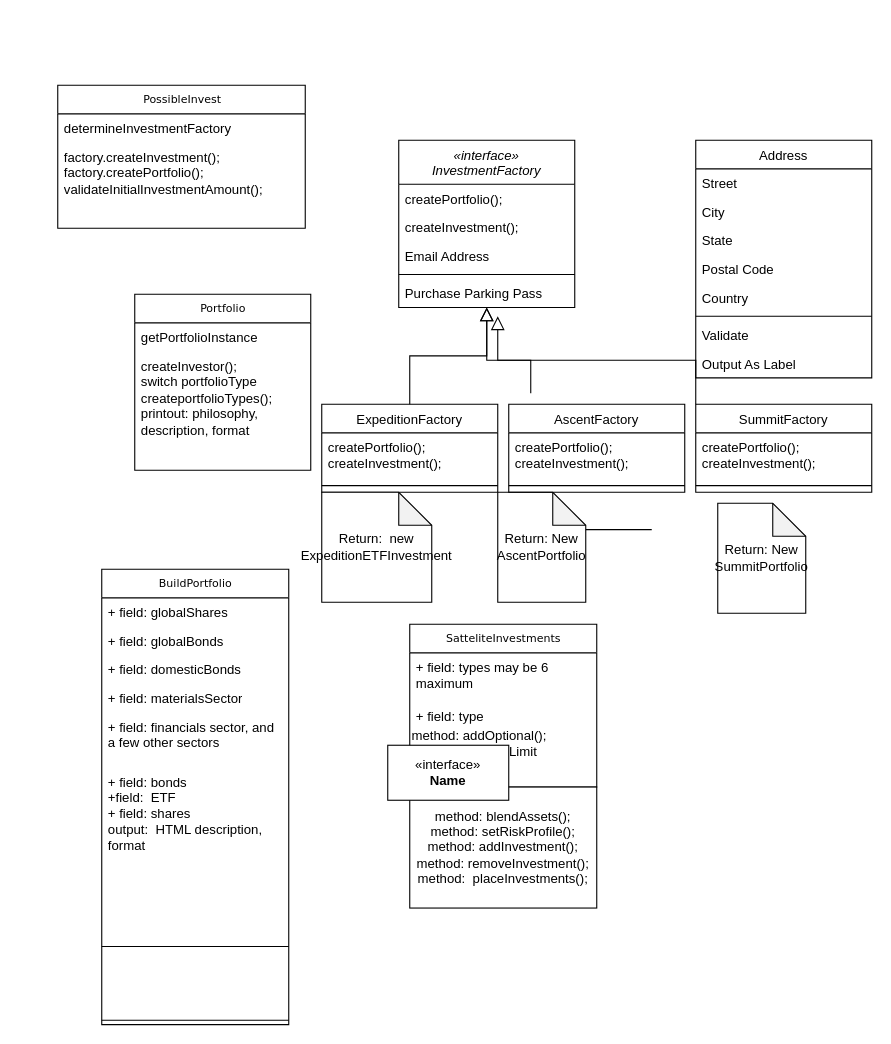
Before: Untitled Diagram.drawio in jimmyjazz31/CSSFinalProject, a draw.io diagram. Source tidied: cells renumbered, new cells numbered last; positions are measured from the earlier drawing's top-left corner, leaving out a move shared by most shapes. Both pictures are drawn from the tidied source at 110%, with x=0, y=0 at pixel (57, 85).
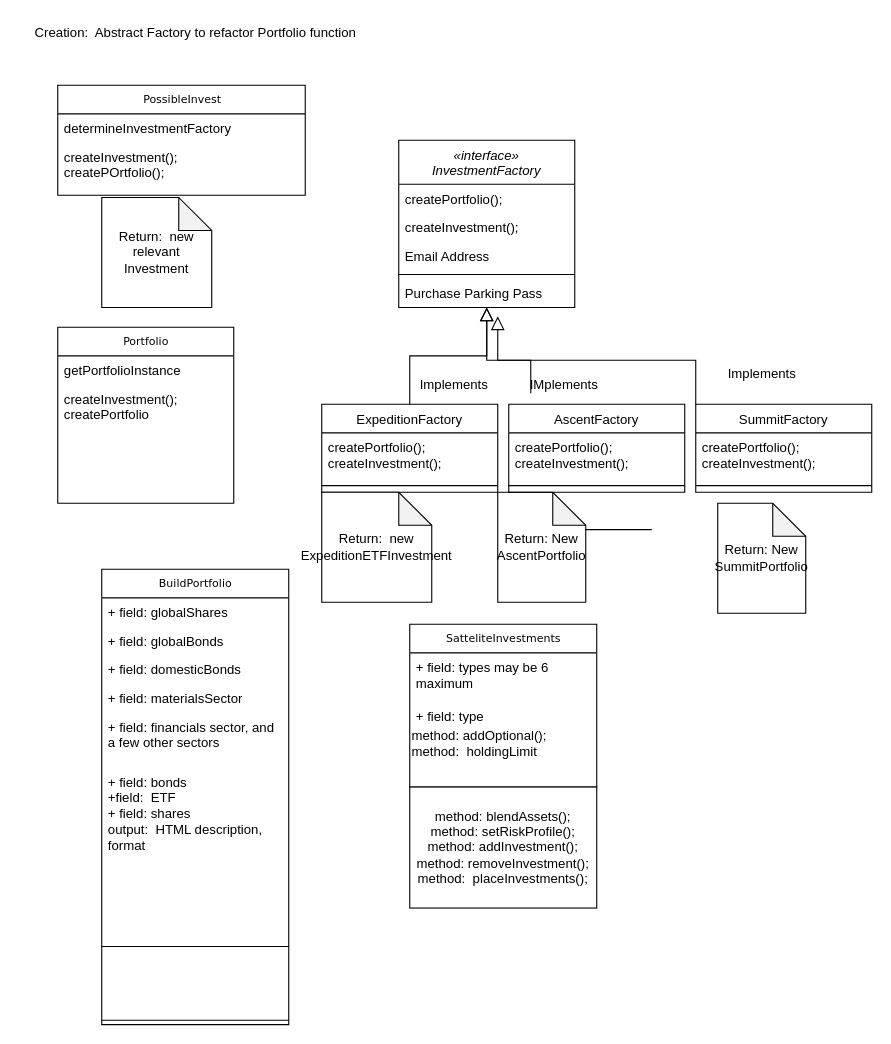
Above is the later version.

Diff of the diagram source:
```diff
@@
-    <mxCell id="13" value="Address" style="swimlane;fontStyle=0;align=center;verticalAlign=top;horizontal=1;startSize=26;rounded=0;shadow=0;strokeWidth=1;" parent="1" vertex="1">
-      <mxGeometry x="580" y="50" width="160" height="216" as="geometry" />
-    </mxCell>
-    <mxCell id="14" value="Street" style="text;align=left;verticalAlign=top;spacingLeft=4;spacingRight=4;overflow=hidden;" parent="13" vertex="1">
-      <mxGeometry y="26" width="160" height="26" as="geometry" />
-    </mxCell>
-    <mxCell id="15" value="City" style="text;align=left;verticalAlign=top;spacingLeft=4;spacingRight=4;overflow=hidden;rounded=0;shadow=0;html=0;" parent="13" vertex="1">
-      <mxGeometry y="52" width="160" height="26" as="geometry" />
-    </mxCell>
-    <mxCell id="16" value="State" style="text;align=left;verticalAlign=top;spacingLeft=4;spacingRight=4;overflow=hidden;rounded=0;shadow=0;html=0;" parent="13" vertex="1">
-      <mxGeometry y="78" width="160" height="26" as="geometry" />
-    </mxCell>
-    <mxCell id="17" value="Postal Code" style="text;align=left;verticalAlign=top;spacingLeft=4;spacingRight=4;overflow=hidden;rounded=0;shadow=0;html=0;" parent="13" vertex="1">
-      <mxGeometry y="104" width="160" height="26" as="geometry" />
-    </mxCell>
-    <mxCell id="18" value="Country" style="text;align=left;verticalAlign=top;spacingLeft=4;spacingRight=4;overflow=hidden;rounded=0;shadow=0;html=0;" parent="13" vertex="1">
-      <mxGeometry y="130" width="160" height="26" as="geometry" />
-    </mxCell>
-    <mxCell id="19" style="line;html=1;strokeWidth=1;align=left;verticalAlign=middle;spacingTop=-1;spacingLeft=3;spacingRight=3;labelPosition=right;" parent="13" vertex="1">
-      <mxGeometry y="156" width="160" height="8" as="geometry" />
-    </mxCell>
-    <mxCell id="20" value="Validate" style="text;align=left;verticalAlign=top;spacingLeft=4;spacingRight=4;overflow=hidden;" parent="13" vertex="1">
-      <mxGeometry y="164" width="160" height="26" as="geometry" />
-    </mxCell>
-    <mxCell id="21" value="Output As Label" style="text;align=left;verticalAlign=top;spacingLeft=4;spacingRight=4;overflow=hidden;" parent="13" vertex="1">
-      <mxGeometry y="190" width="160" height="26" as="geometry" />
-    </mxCell>
     <mxCell id="22" value="PossibleInvest" style="swimlane;html=1;fontStyle=0;horizontal=1;startSize=26;fillColor=none;swimlaneFillColor=#ffffff;rounded=0;shadow=0;comic=0;labelBackgroundColor=none;strokeWidth=1;fontFamily=Verdana;fontSize=10;align=center;" parent="1" vertex="1">
-      <mxGeometry width="225" height="130" as="geometry" />
+      <mxGeometry width="225" height="100" as="geometry" />
     </mxCell>
@@
-    <mxCell id="24" value="factory.createInvestment();&lt;div&gt;factory.createPortfolio();&lt;/div&gt;&lt;div&gt;validateInitialInvestmentAmount();&lt;/div&gt;" style="text;html=1;strokeColor=none;fillColor=none;align=left;verticalAlign=top;spacingLeft=4;spacingRight=4;whiteSpace=wrap;overflow=hidden;" parent="22" vertex="1">
+    <mxCell id="24" value="createInvestment();&lt;div&gt;createPOrtfolio();&lt;/div&gt;&lt;div&gt;&lt;br&gt;&lt;/div&gt;" style="text;html=1;strokeColor=none;fillColor=none;align=left;verticalAlign=top;spacingLeft=4;spacingRight=4;whiteSpace=wrap;overflow=hidden;" parent="22" vertex="1">
       <mxGeometry y="52" width="225" height="48" as="geometry" />
     </mxCell>
     <mxCell id="25" value="Portfolio" style="swimlane;html=1;fontStyle=0;horizontal=1;startSize=26;fillColor=none;swimlaneFillColor=#ffffff;rounded=0;shadow=0;comic=0;labelBackgroundColor=none;strokeWidth=1;fontFamily=Verdana;fontSize=10;align=center;" parent="1" vertex="1">
-      <mxGeometry x="70" y="190" width="160" height="160" as="geometry" />
+      <mxGeometry y="220" width="160" height="160" as="geometry" />
     </mxCell>
@@
-    <mxCell id="27" value="createInvestor();&lt;div&gt;switch portfolioType&lt;/div&gt;&lt;div&gt;createportfolioTypes();&lt;/div&gt;&lt;div&gt;printout: philosophy, description, format&amp;nbsp;&lt;/div&gt;" style="text;html=1;strokeColor=none;fillColor=none;align=left;verticalAlign=top;spacingLeft=4;spacingRight=4;whiteSpace=wrap;overflow=hidden;" parent="25" vertex="1">
-      <mxGeometry y="52" width="160" height="108" as="geometry" />
+    <mxCell id="27" value="createInvestment();&lt;div&gt;createPortfolio&lt;/div&gt;&lt;div&gt;&lt;br&gt;&lt;/div&gt;" style="text;html=1;strokeColor=none;fillColor=none;align=left;verticalAlign=top;spacingLeft=4;spacingRight=4;whiteSpace=wrap;overflow=hidden;" parent="25" vertex="1">
+      <mxGeometry y="52" width="160" height="58" as="geometry" />
     </mxCell>
@@
-    <mxCell id="42" value="&amp;laquo;interface&amp;raquo;&lt;br&gt;&lt;b&gt;Name&lt;/b&gt;" style="html=1;whiteSpace=wrap;" parent="1" vertex="1">
-      <mxGeometry x="300" y="600" width="110" height="50" as="geometry" />
-    </mxCell>
@@
+    <mxCell id="54" value="Return:&amp;nbsp; new relevant Investment" style="shape=note;whiteSpace=wrap;html=1;backgroundOutline=1;darkOpacity=0.05;" parent="1" vertex="1">
+      <mxGeometry x="40" y="102" width="100" height="100" as="geometry" />
+    </mxCell>
+    <mxCell id="55" value="Implements" style="text;html=1;align=center;verticalAlign=middle;strokeColor=none;fillColor=none;" parent="1" vertex="1">
+      <mxGeometry x="315" y="258" width="90" height="30" as="geometry" />
+    </mxCell>
+    <mxCell id="56" value="IMplements" style="text;html=1;align=center;verticalAlign=middle;strokeColor=none;fillColor=none;" parent="1" vertex="1">
+      <mxGeometry x="415" y="258" width="90" height="30" as="geometry" />
+    </mxCell>
+    <mxCell id="57" value="Implements" style="text;html=1;align=center;verticalAlign=middle;strokeColor=none;fillColor=none;" parent="1" vertex="1">
+      <mxGeometry x="595" y="248" width="90" height="30" as="geometry" />
+    </mxCell>
+    <mxCell id="58" value="Creation:&amp;nbsp; Abstract Factory to refactor Portfolio function&lt;div&gt;&lt;br&gt;&lt;/div&gt;" style="text;html=1;align=center;verticalAlign=middle;strokeColor=none;fillColor=none;" parent="1" vertex="1">
+      <mxGeometry x="-35" y="-60" width="320" height="40" as="geometry" />
+    </mxCell>
```
